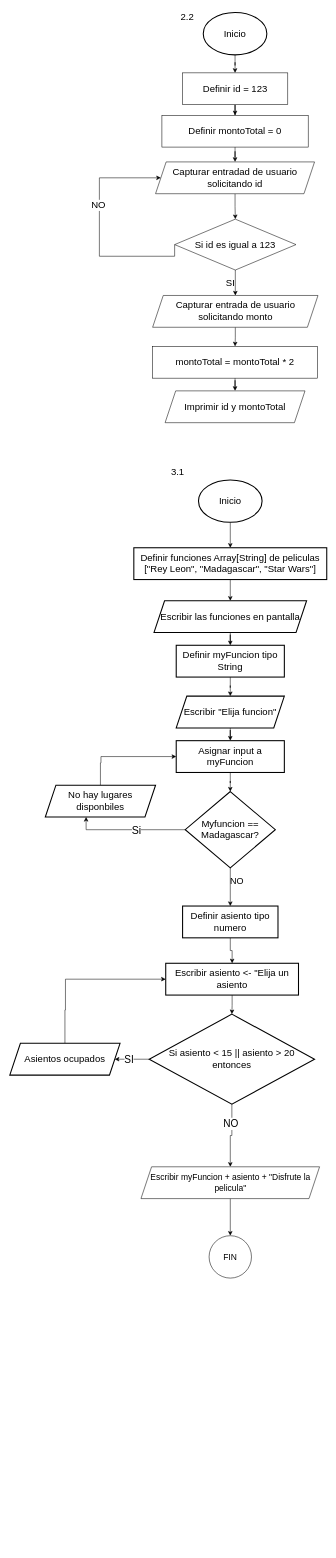
The draw.io diagram Diagramas.drawio in DiegoCa009/git-testing, before the edit. Source tidied: cells renumbered, new cells numbered last; positions are measured from the earlier drawing's top-left corner, leaving out a move shared by most shapes. Both pictures are drawn from the tidied source at 53%, with x=0, y=0 at pixel (10, 9).
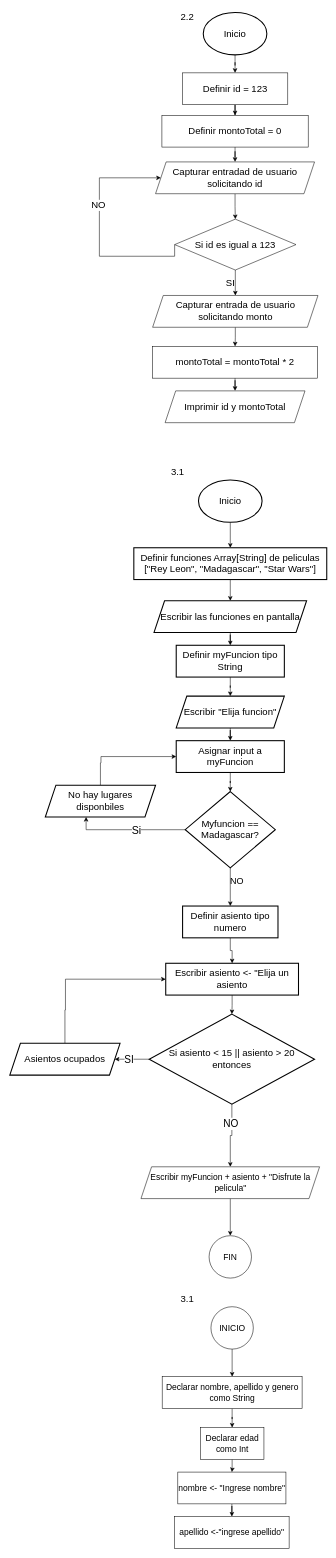
The same diagram, later.

Change to the diagram source:
```diff
@@
+    <mxCell id="55" style="edgeStyle=orthogonalEdgeStyle;rounded=0;jettySize=auto;html=1;" parent="1" edge="1" source="56" target="58">
+      <mxGeometry relative="1" as="geometry" />
+    </mxCell>
+    <mxCell id="56" value="INICIO" style="ellipse;whiteSpace=wrap;html=1;fontSize=16;" parent="1" vertex="1">
+      <mxGeometry x="379.5" y="2448" width="80" height="80" as="geometry" />
+    </mxCell>
+    <mxCell id="57" style="edgeStyle=orthogonalEdgeStyle;rounded=0;jettySize=auto;html=1;" parent="1" edge="1" source="58" target="61">
+      <mxGeometry relative="1" as="geometry" />
+    </mxCell>
+    <mxCell id="58" value="Declarar nombre, apellido y genero como String" style="whiteSpace=wrap;html=1;fontSize=16;" parent="1" vertex="1">
+      <mxGeometry x="287.5" y="2580" width="264" height="60" as="geometry" />
+    </mxCell>
+    <mxCell id="59" value="&lt;font style=&quot;font-size: 18px;&quot;&gt;3.1&lt;/font&gt;" style="text;html=1;align=center;verticalAlign=middle;whiteSpace=wrap;rounded=0;" parent="1" vertex="1">
+      <mxGeometry x="305" y="2418" width="60" height="30" as="geometry" />
+    </mxCell>
+    <mxCell id="60" style="edgeStyle=orthogonalEdgeStyle;rounded=0;jettySize=auto;html=1;" parent="1" edge="1" source="61" target="63">
+      <mxGeometry relative="1" as="geometry" />
+    </mxCell>
+    <mxCell id="61" value="Declarar edad como Int" style="whiteSpace=wrap;html=1;fontSize=16;" parent="1" vertex="1">
+      <mxGeometry x="359.5" y="2676" width="120" height="60" as="geometry" />
+    </mxCell>
+    <mxCell id="62" style="edgeStyle=orthogonalEdgeStyle;rounded=0;jettySize=auto;html=1;" parent="1" edge="1" source="63" target="64">
+      <mxGeometry relative="1" as="geometry" />
+    </mxCell>
+    <mxCell id="63" value="nombre &amp;lt;- &quot;Ingrese nombre&quot;" style="whiteSpace=wrap;html=1;fontSize=16;" parent="1" vertex="1">
+      <mxGeometry x="317" y="2760" width="204" height="60" as="geometry" />
+    </mxCell>
+    <mxCell id="64" value="apellido &amp;lt;-&quot;ingrese apellido&quot;" style="whiteSpace=wrap;html=1;fontSize=16;" parent="1" vertex="1">
+      <mxGeometry x="311" y="2844" width="216" height="60" as="geometry" />
+    </mxCell>
```
